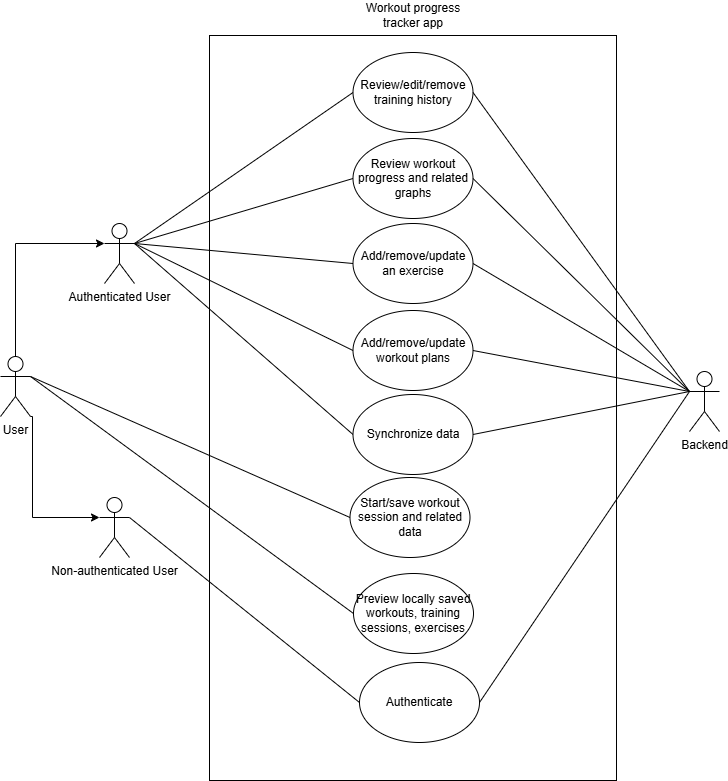
Before: docs/workout_usecase.png, a diagram exported from draw.io (Zabuelis/LiftingPal). Source tidied: cells renumbered, new cells last; positions are measured from the earlier drawing's top-left corner, leaving out a move shared by most shapes.
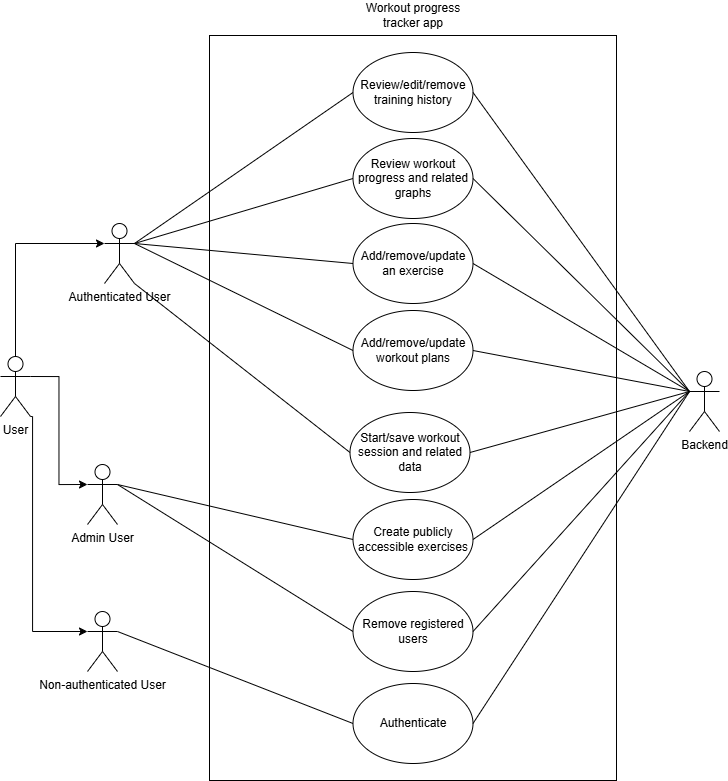
After the commit.

What changed in the source:
```diff
@@ -24,14 +24,8 @@
       <mxGeometry x="352.5" y="310" width="120" height="80" as="geometry" />
     </mxCell>
     <mxCell id="9" value="Start/save workout session and related data" style="ellipse;whiteSpace=wrap;html=1;" parent="1" vertex="1">
-      <mxGeometry x="349.5" y="477" width="120" height="80" as="geometry" />
+      <mxGeometry x="349.5" y="412" width="120" height="80" as="geometry" />
     </mxCell>
-    <mxCell id="10" style="rounded=0;jettySize=auto;html=1;exitX=1;exitY=0.3333333333333333;exitDx=0;exitDy=0;exitPerimeter=0;entryX=0;entryY=0.5;entryDx=0;entryDy=0;endArrow=none;endFill=0;" parent="1" edge="1" source="12" target="9">
-      <mxGeometry relative="1" as="geometry" />
-    </mxCell>
-    <mxCell id="11" style="rounded=0;jettySize=auto;html=1;exitX=1;exitY=0.3333333333333333;exitDx=0;exitDy=0;exitPerimeter=0;entryX=0;entryY=0.5;entryDx=0;entryDy=0;endArrow=none;endFill=0;" parent="1" edge="1" source="12" target="29">
-      <mxGeometry relative="1" as="geometry" />
-    </mxCell>
     <mxCell id="12" value="User" style="shape=umlActor;verticalLabelPosition=bottom;verticalAlign=top;html=1;fillColor=light-dark(#FFFFFF,#FFFFFF);strokeColor=light-dark(#000000,#000000);fontColor=light-dark(#000000,#000000);" parent="1" vertex="1">
       <mxGeometry y="356" width="30" height="60" as="geometry" />
     </mxCell>
@@ -47,7 +41,7 @@
     <mxCell id="16" style="rounded=0;jettySize=auto;html=1;exitX=1;exitY=0.5;exitDx=0;exitDy=0;entryX=0;entryY=0.3333333333333333;entryDx=0;entryDy=0;entryPerimeter=0;endArrow=none;endFill=0;" parent="1" edge="1" source="8" target="2">
       <mxGeometry relative="1" as="geometry" />
     </mxCell>
-    <mxCell id="17" style="rounded=0;jettySize=auto;html=1;exitX=1;exitY=0.5;exitDx=0;exitDy=0;entryX=0;entryY=0.3333333333333333;entryDx=0;entryDy=0;entryPerimeter=0;endArrow=none;endFill=0;" parent="1" edge="1" source="28" target="2">
+    <mxCell id="17" style="rounded=0;jettySize=auto;html=1;exitX=1;exitY=0.5;exitDx=0;exitDy=0;entryX=0;entryY=0.3333333333333333;entryDx=0;entryDy=0;entryPerimeter=0;endArrow=none;endFill=0;" parent="1" edge="1" source="9" target="2">
       <mxGeometry relative="1" as="geometry" />
     </mxCell>
     <mxCell id="18" style="rounded=0;jettySize=auto;html=1;exitX=1;exitY=0.3333333333333333;exitDx=0;exitDy=0;exitPerimeter=0;entryX=0;entryY=0.5;entryDx=0;entryDy=0;endArrow=none;endFill=0;" parent="1" edge="1" source="23" target="5">
@@ -62,9 +56,9 @@
     <mxCell id="21" style="rounded=0;jettySize=auto;html=1;exitX=1;exitY=0.3333333333333333;exitDx=0;exitDy=0;exitPerimeter=0;entryX=0;entryY=0.5;entryDx=0;entryDy=0;endArrow=none;endFill=0;" parent="1" edge="1" source="23" target="8">
       <mxGeometry relative="1" as="geometry" />
     </mxCell>
-    <mxCell id="22" style="rounded=0;jettySize=auto;html=1;exitX=1;exitY=0.3333333333333333;exitDx=0;exitDy=0;exitPerimeter=0;entryX=0;entryY=0.5;entryDx=0;entryDy=0;endArrow=none;endFill=0;" parent="1" edge="1" source="23" target="28">
-      <mxGeometry relative="1" as="geometry" />
-    </mxCell>
+    <mxCell id="32" style="rounded=0;jettySize=auto;html=1;exitX=1;exitY=1;exitDx=0;exitDy=0;exitPerimeter=0;entryX=0;entryY=0.5;entryDx=0;entryDy=0;endArrow=none;endFill=0;" parent="1" edge="1" source="23" target="9">
+      <mxGeometry relative="1" as="geometry" />
+    </mxCell>
     <mxCell id="23" value="Authenticated User" style="shape=umlActor;verticalLabelPosition=bottom;verticalAlign=top;html=1;outlineConnect=0;" parent="1" vertex="1">
       <mxGeometry x="104" y="223" width="30" height="60" as="geometry" />
     </mxCell>
@@ -72,7 +66,7 @@
       <mxGeometry relative="1" as="geometry" />
     </mxCell>
     <mxCell id="25" value="Non-authenticated User" style="shape=umlActor;verticalLabelPosition=bottom;verticalAlign=top;html=1;outlineConnect=0;" parent="1" vertex="1">
-      <mxGeometry x="99" y="497" width="30" height="60" as="geometry" />
+      <mxGeometry x="87" y="611" width="30" height="60" as="geometry" />
     </mxCell>
     <mxCell id="26" style="edgeStyle=orthogonalEdgeStyle;rounded=0;jettySize=auto;html=1;exitX=0.5;exitY=0;exitDx=0;exitDy=0;exitPerimeter=0;entryX=0;entryY=0.3333333333333333;entryDx=0;entryDy=0;entryPerimeter=0;" parent="1" edge="1" source="12" target="23">
       <mxGeometry relative="1" as="geometry" />
@@ -81,21 +75,39 @@
       <mxGeometry relative="1" as="geometry">
         <Array as="points">
           <mxPoint x="32" y="416" />
-          <mxPoint x="32" y="517" />
+          <mxPoint x="32" y="631" />
         </Array>
       </mxGeometry>
     </mxCell>
-    <mxCell id="28" value="Synchronize data" style="ellipse;whiteSpace=wrap;html=1;" parent="1" vertex="1">
-      <mxGeometry x="352.5" y="394" width="120" height="80" as="geometry" />
-    </mxCell>
-    <mxCell id="29" value="Preview locally saved workouts, training sessions, exercises" style="ellipse;whiteSpace=wrap;html=1;" parent="1" vertex="1">
-      <mxGeometry x="353" y="573" width="120" height="80" as="geometry" />
-    </mxCell>
     <mxCell id="30" value="Authenticate" style="ellipse;whiteSpace=wrap;html=1;" parent="1" vertex="1">
-      <mxGeometry x="359" y="662" width="120" height="80" as="geometry" />
+      <mxGeometry x="352.5" y="683" width="120" height="80" as="geometry" />
     </mxCell>
     <mxCell id="31" style="rounded=0;jettySize=auto;html=1;exitX=1;exitY=0.5;exitDx=0;exitDy=0;entryX=0;entryY=0.3333333333333333;entryDx=0;entryDy=0;entryPerimeter=0;endArrow=none;endFill=0;" parent="1" edge="1" source="30" target="2">
       <mxGeometry relative="1" as="geometry" />
     </mxCell>
+    <mxCell id="33" style="rounded=0;jettySize=auto;html=1;exitX=1;exitY=0.3333333333333333;exitDx=0;exitDy=0;exitPerimeter=0;entryX=0;entryY=0.5;entryDx=0;entryDy=0;endArrow=none;endFill=0;" parent="1" edge="1" source="35" target="37">
+      <mxGeometry relative="1" as="geometry" />
+    </mxCell>
+    <mxCell id="34" style="rounded=0;jettySize=auto;html=1;exitX=1;exitY=0.3333333333333333;exitDx=0;exitDy=0;exitPerimeter=0;entryX=0;entryY=0.5;entryDx=0;entryDy=0;endArrow=none;endFill=0;" parent="1" edge="1" source="35" target="38">
+      <mxGeometry relative="1" as="geometry" />
+    </mxCell>
+    <mxCell id="35" value="Admin User" style="shape=umlActor;verticalLabelPosition=bottom;verticalAlign=top;html=1;outlineConnect=0;" parent="1" vertex="1">
+      <mxGeometry x="87" y="464" width="30" height="60" as="geometry" />
+    </mxCell>
+    <mxCell id="36" style="edgeStyle=orthogonalEdgeStyle;rounded=0;jettySize=auto;html=1;exitX=1;exitY=0.3333333333333333;exitDx=0;exitDy=0;exitPerimeter=0;entryX=0;entryY=0.3333333333333333;entryDx=0;entryDy=0;entryPerimeter=0;" parent="1" edge="1" source="12" target="35">
+      <mxGeometry relative="1" as="geometry" />
+    </mxCell>
+    <mxCell id="37" value="Create publicly accessible exercises" style="ellipse;whiteSpace=wrap;html=1;" parent="1" vertex="1">
+      <mxGeometry x="352.5" y="499" width="120" height="80" as="geometry" />
+    </mxCell>
+    <mxCell id="38" value="Remove registered users" style="ellipse;whiteSpace=wrap;html=1;" parent="1" vertex="1">
+      <mxGeometry x="352.5" y="591" width="120" height="80" as="geometry" />
+    </mxCell>
+    <mxCell id="39" style="rounded=0;jettySize=auto;html=1;exitX=1;exitY=0.5;exitDx=0;exitDy=0;entryX=0;entryY=0.3333333333333333;entryDx=0;entryDy=0;entryPerimeter=0;endArrow=none;endFill=0;" parent="1" edge="1" source="37" target="2">
+      <mxGeometry relative="1" as="geometry" />
+    </mxCell>
+    <mxCell id="40" style="rounded=0;jettySize=auto;html=1;exitX=1;exitY=0.5;exitDx=0;exitDy=0;entryX=0;entryY=0.3333333333333333;entryDx=0;entryDy=0;entryPerimeter=0;endArrow=none;endFill=0;" parent="1" edge="1" source="38" target="2">
+      <mxGeometry relative="1" as="geometry" />
+    </mxCell>
   </root>
 </mxGraphModel>
```
